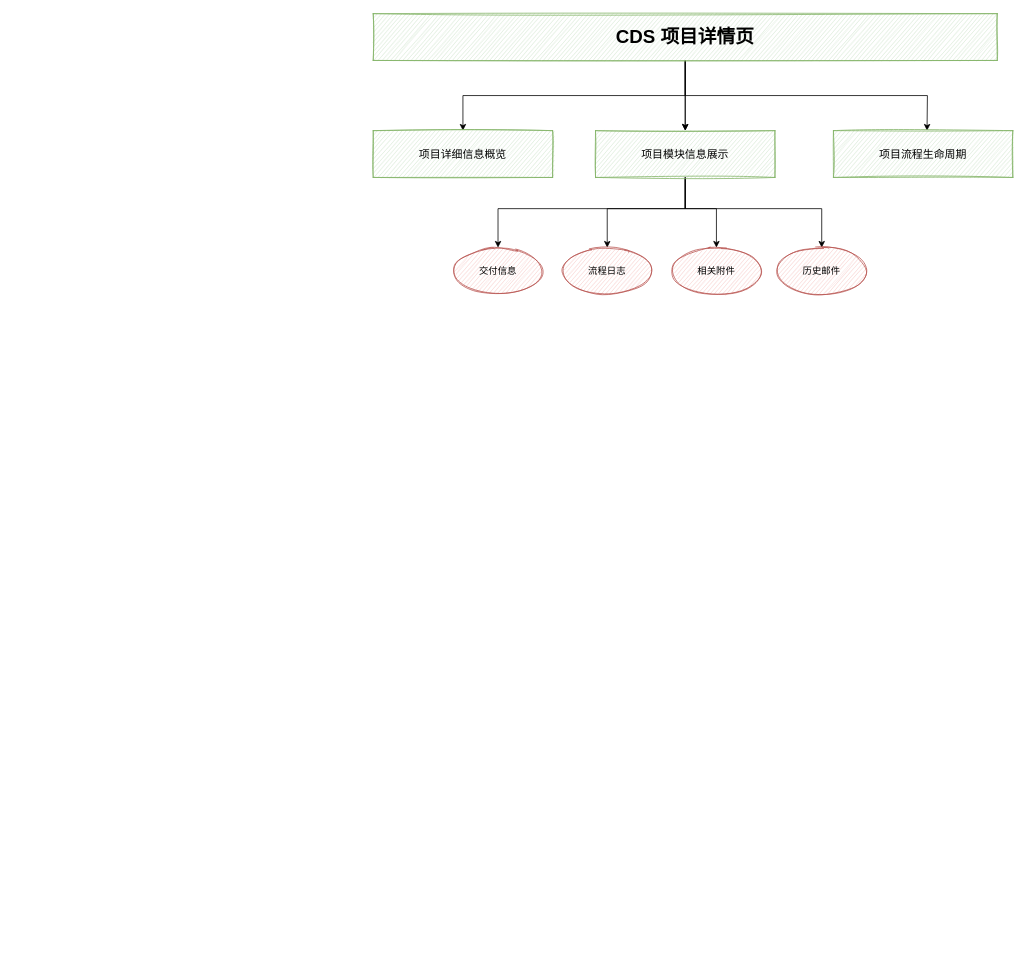
Before: 未命名绘图.drawio in jzsn2018/diagrams-storage, a draw.io diagram. Source tidied: cells renumbered, new cells numbered last; positions are measured from the earlier drawing's top-left corner, leaving out a move shared by most shapes. Both pictures are drawn from the tidied source at 78%, with x=0, y=0 at pixel (373, 13).
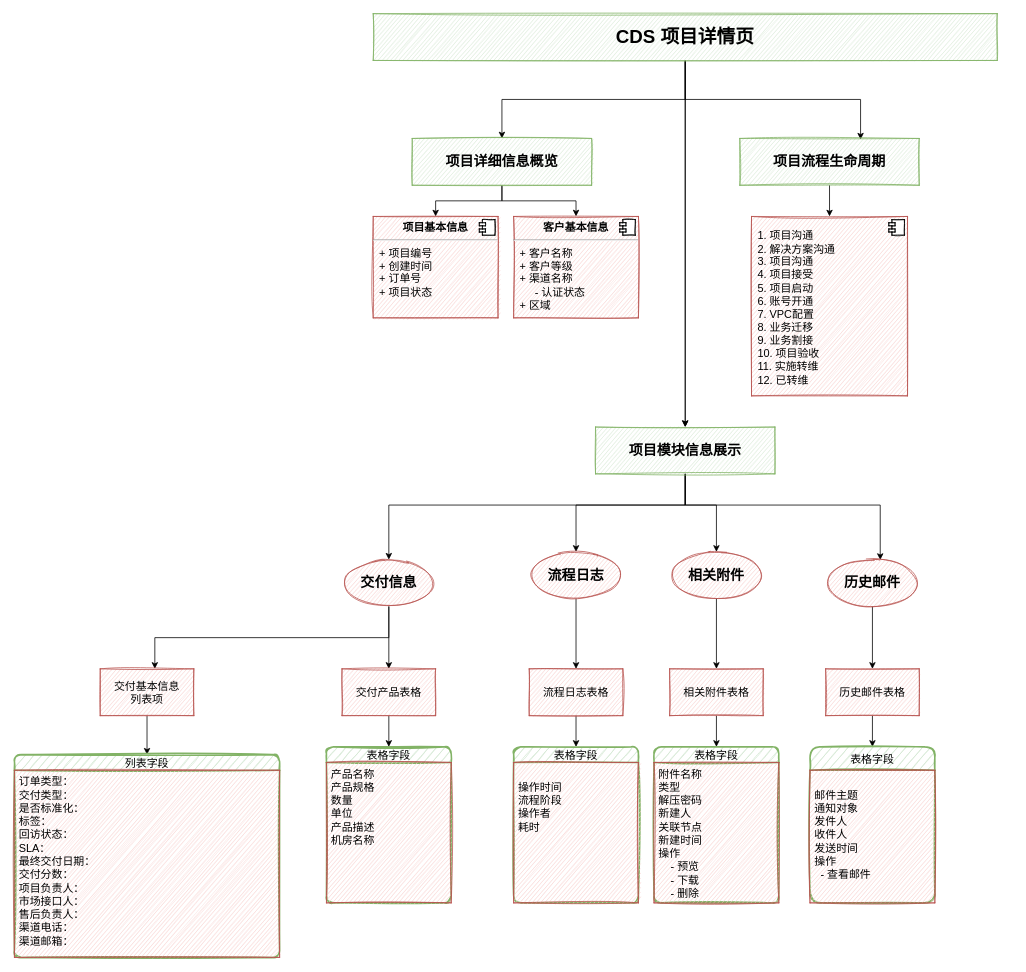
Above is the later version.

Commit message (it also covers changes not shown here):
更新未命名绘图.drawio

What changed in the source:
```diff
@@
-    <mxCell id="5" style="edgeStyle=orthogonalEdgeStyle;rounded=0;jettySize=auto;html=1;fontSize=14;" parent="1" edge="1" source="6">
-      <mxGeometry relative="1" as="geometry">
-        <mxPoint x="710" y="150" as="targetPoint" />
-      </mxGeometry>
-    </mxCell>
+    <mxCell id="18" style="edgeStyle=orthogonalEdgeStyle;rounded=0;jettySize=auto;html=1;exitX=0.5;exitY=1;exitDx=0;exitDy=0;entryX=0.673;entryY=0.024;entryDx=0;entryDy=0;entryPerimeter=0;fontSize=14;" parent="1" edge="1" source="6" target="13">
+      <mxGeometry relative="1" as="geometry" />
+    </mxCell>
-    <mxCell id="6" value="&lt;font style=&quot;font-size: 24px;&quot;&gt;&lt;b&gt;CDS 项目详情页&lt;/b&gt;&lt;/font&gt;" style="rounded=0;whiteSpace=wrap;html=1;fillColor=#d5e8d4;strokeColor=#82b366;sketch=1;glass=0;shadow=0;" parent="1" vertex="1">
+    <mxCell id="6" value="&lt;font style=&quot;font-size: 24px;&quot;&gt;&lt;b style=&quot;&quot;&gt;CDS 项目详情页&lt;/b&gt;&lt;/font&gt;" style="rounded=0;whiteSpace=wrap;html=1;fillColor=#d5e8d4;strokeColor=#82b366;sketch=1;glass=0;shadow=0;" parent="1" vertex="1">
       <mxGeometry width="800" height="60" as="geometry" />
     </mxCell>
+    <mxCell id="19" style="edgeStyle=orthogonalEdgeStyle;rounded=0;jettySize=auto;html=1;entryX=0.5;entryY=0;entryDx=0;entryDy=0;fontSize=14;" parent="1" edge="1" source="7" target="27">
+      <mxGeometry relative="1" as="geometry" />
+    </mxCell>
+    <mxCell id="20" style="edgeStyle=orthogonalEdgeStyle;rounded=0;jettySize=auto;html=1;entryX=0.5;entryY=0;entryDx=0;entryDy=0;fontSize=14;" parent="1" edge="1" source="7" target="29">
+      <mxGeometry relative="1" as="geometry" />
+    </mxCell>
-    <mxCell id="7" value="&lt;font style=&quot;font-size: 14px;&quot;&gt;项目详细信息概览&lt;/font&gt;" style="whiteSpace=wrap;html=1;fillColor=#d5e8d4;strokeColor=#82b366;rounded=0;sketch=1;glass=0;shadow=0;" parent="1" vertex="1">
-      <mxGeometry y="150" width="230" height="60" as="geometry" />
+    <mxCell id="7" value="&lt;font size=&quot;1&quot; style=&quot;&quot;&gt;&lt;b style=&quot;font-size: 18px;&quot;&gt;项目详细信息概览&lt;/b&gt;&lt;/font&gt;" style="whiteSpace=wrap;html=1;fillColor=#d5e8d4;strokeColor=#82b366;rounded=0;sketch=1;glass=0;shadow=0;" parent="1" vertex="1">
+      <mxGeometry x="50" y="160" width="230" height="60" as="geometry" />
     </mxCell>
     <mxCell id="8" style="edgeStyle=orthogonalEdgeStyle;rounded=0;jettySize=auto;html=1;fontSize=14;" parent="1" edge="1" source="12" target="15">
       <mxGeometry relative="1" as="geometry">
         <Array as="points">
-          <mxPoint x="400" y="250" />
-          <mxPoint x="300" y="250" />
+          <mxPoint x="400" y="630" />
+          <mxPoint x="260" y="630" />
         </Array>
       </mxGeometry>
     </mxCell>
     <mxCell id="9" style="edgeStyle=orthogonalEdgeStyle;rounded=0;jettySize=auto;html=1;fontSize=14;" parent="1" edge="1" source="12" target="16">
       <mxGeometry relative="1" as="geometry">
         <Array as="points">
-          <mxPoint x="400" y="250" />
-          <mxPoint x="440" y="250" />
+          <mxPoint x="400" y="630" />
+          <mxPoint x="440" y="630" />
         </Array>
       </mxGeometry>
     </mxCell>
     <mxCell id="10" style="edgeStyle=orthogonalEdgeStyle;rounded=0;jettySize=auto;html=1;fontSize=14;" parent="1" edge="1" source="12" target="17">
       <mxGeometry relative="1" as="geometry">
         <Array as="points">
-          <mxPoint x="400" y="250" />
-          <mxPoint x="575" y="250" />
+          <mxPoint x="400" y="630" />
+          <mxPoint x="650" y="630" />
+          <mxPoint x="650" y="740" />
         </Array>
       </mxGeometry>
     </mxCell>
     <mxCell id="11" style="edgeStyle=orthogonalEdgeStyle;rounded=0;jettySize=auto;html=1;fontSize=14;" parent="1" edge="1" source="12" target="14">
       <mxGeometry relative="1" as="geometry">
         <Array as="points">
-          <mxPoint x="400" y="250" />
-          <mxPoint x="160" y="250" />
+          <mxPoint x="400" y="630" />
+          <mxPoint x="20" y="630" />
         </Array>
       </mxGeometry>
     </mxCell>
-    <mxCell id="12" value="&lt;font style=&quot;font-size: 14px;&quot;&gt;项目模块信息展示&lt;/font&gt;" style="whiteSpace=wrap;html=1;fillColor=#d5e8d4;strokeColor=#82b366;rounded=0;sketch=1;glass=0;shadow=0;" parent="1" vertex="1">
-      <mxGeometry x="285" y="150" width="230" height="60" as="geometry" />
+    <mxCell id="12" value="&lt;font style=&quot;font-size: 18px;&quot;&gt;&lt;b style=&quot;&quot;&gt;项目模块信息展示&lt;/b&gt;&lt;/font&gt;" style="whiteSpace=wrap;html=1;fillColor=#d5e8d4;strokeColor=#82b366;rounded=0;sketch=1;glass=0;shadow=0;" parent="1" vertex="1">
+      <mxGeometry x="285" y="530" width="230" height="60" as="geometry" />
     </mxCell>
+    <mxCell id="21" style="edgeStyle=orthogonalEdgeStyle;rounded=0;jettySize=auto;html=1;entryX=0.5;entryY=0;entryDx=0;entryDy=0;fontSize=14;" parent="1" edge="1" source="13" target="31">
+      <mxGeometry relative="1" as="geometry" />
+    </mxCell>
-    <mxCell id="13" value="&lt;font style=&quot;font-size: 14px;&quot;&gt;项目流程生命周期&lt;/font&gt;" style="whiteSpace=wrap;html=1;fillColor=#d5e8d4;strokeColor=#82b366;rounded=0;sketch=1;glass=0;shadow=0;" parent="1" vertex="1">
-      <mxGeometry x="590" y="150" width="230" height="60" as="geometry" />
+    <mxCell id="13" value="&lt;font size=&quot;1&quot; style=&quot;&quot;&gt;&lt;b style=&quot;font-size: 18px;&quot;&gt;项目流程生命周期&lt;/b&gt;&lt;/font&gt;" style="whiteSpace=wrap;html=1;fillColor=#d5e8d4;strokeColor=#82b366;rounded=0;sketch=1;glass=0;shadow=0;" parent="1" vertex="1">
+      <mxGeometry x="470" y="160" width="230" height="60" as="geometry" />
     </mxCell>
+    <mxCell id="22" style="edgeStyle=orthogonalEdgeStyle;rounded=0;jettySize=auto;html=1;fontSize=14;" parent="1" edge="1" source="14" target="34">
+      <mxGeometry relative="1" as="geometry">
+        <Array as="points">
+          <mxPoint x="20" y="800" />
+          <mxPoint x="-280" y="800" />
+        </Array>
+      </mxGeometry>
+    </mxCell>
+    <mxCell id="23" style="edgeStyle=orthogonalEdgeStyle;rounded=0;jettySize=auto;html=1;fontSize=14;" parent="1" edge="1" source="14" target="36">
+      <mxGeometry relative="1" as="geometry" />
+    </mxCell>
-    <mxCell id="14" value="交付信息" style="ellipse;whiteSpace=wrap;html=1;fillColor=#f8cecc;strokeColor=#b85450;rounded=0;sketch=1;glass=0;shadow=0;" parent="1" vertex="1">
-      <mxGeometry x="100" y="300" width="120" height="60" as="geometry" />
+    <mxCell id="14" value="&lt;font style=&quot;font-size: 18px;&quot;&gt;交付信息&lt;/font&gt;" style="ellipse;whiteSpace=wrap;html=1;fillColor=#f8cecc;strokeColor=#b85450;rounded=0;sketch=1;glass=0;shadow=0;fontStyle=1;fontSize=14;" parent="1" vertex="1">
+      <mxGeometry x="-40" y="700" width="120" height="60" as="geometry" />
     </mxCell>
+    <mxCell id="24" style="edgeStyle=orthogonalEdgeStyle;rounded=0;jettySize=auto;html=1;fontSize=14;" parent="1" edge="1" source="15" target="38">
+      <mxGeometry relative="1" as="geometry" />
+    </mxCell>
-    <mxCell id="15" value="流程日志" style="ellipse;whiteSpace=wrap;html=1;fillColor=#f8cecc;strokeColor=#b85450;rounded=0;sketch=1;glass=0;shadow=0;" parent="1" vertex="1">
-      <mxGeometry x="240" y="300" width="120" height="60" as="geometry" />
+    <mxCell id="15" value="&lt;font style=&quot;font-size: 18px;&quot;&gt;流程日志&lt;/font&gt;" style="ellipse;whiteSpace=wrap;html=1;fillColor=#f8cecc;strokeColor=#b85450;rounded=0;sketch=1;glass=0;shadow=0;fontStyle=1;fontSize=14;" parent="1" vertex="1">
+      <mxGeometry x="200" y="690" width="120" height="60" as="geometry" />
     </mxCell>
+    <mxCell id="25" style="edgeStyle=orthogonalEdgeStyle;rounded=0;jettySize=auto;html=1;fontSize=14;" parent="1" edge="1" source="16" target="40">
+      <mxGeometry relative="1" as="geometry" />
+    </mxCell>
-    <mxCell id="16" value="相关附件" style="ellipse;whiteSpace=wrap;html=1;fillColor=#f8cecc;strokeColor=#b85450;rounded=0;sketch=1;glass=0;shadow=0;" parent="1" vertex="1">
-      <mxGeometry x="380" y="300" width="120" height="60" as="geometry" />
+    <mxCell id="16" value="&lt;font style=&quot;font-size: 18px;&quot;&gt;相关附件&lt;/font&gt;" style="ellipse;whiteSpace=wrap;html=1;fillColor=#f8cecc;strokeColor=#b85450;rounded=0;sketch=1;glass=0;shadow=0;fontStyle=1;fontSize=14;" parent="1" vertex="1">
+      <mxGeometry x="380" y="690" width="120" height="60" as="geometry" />
     </mxCell>
+    <mxCell id="26" style="edgeStyle=orthogonalEdgeStyle;rounded=0;jettySize=auto;html=1;fontSize=14;" parent="1" edge="1" source="17" target="42">
+      <mxGeometry relative="1" as="geometry" />
+    </mxCell>
-    <mxCell id="17" value="历史邮件" style="ellipse;whiteSpace=wrap;html=1;fillColor=#f8cecc;strokeColor=#b85450;rounded=0;sketch=1;glass=0;shadow=0;" parent="1" vertex="1">
-      <mxGeometry x="515" y="300" width="120" height="60" as="geometry" />
+    <mxCell id="17" value="&lt;font style=&quot;font-size: 18px;&quot;&gt;历史邮件&lt;/font&gt;" style="ellipse;whiteSpace=wrap;html=1;fillColor=#f8cecc;strokeColor=#b85450;rounded=0;sketch=1;glass=0;shadow=0;fontStyle=1;fontSize=14;" parent="1" vertex="1">
+      <mxGeometry x="580" y="700" width="120" height="60" as="geometry" />
     </mxCell>
+    <mxCell id="27" value="&lt;p style=&quot;margin:0px;margin-top:6px;text-align:center;&quot;&gt;&lt;b&gt;项目基本信息&lt;/b&gt;&lt;/p&gt;&lt;hr&gt;&lt;p style=&quot;margin:0px;margin-left:8px;&quot;&gt;+ 项目编号&lt;br&gt;+ 创建时间&lt;/p&gt;&lt;p style=&quot;margin:0px;margin-left:8px;&quot;&gt;+ 订单号&lt;/p&gt;&lt;p style=&quot;margin:0px;margin-left:8px;&quot;&gt;+ 项目状态&lt;/p&gt;" style="align=left;overflow=fill;html=1;rounded=0;shadow=0;glass=0;sketch=1;fontSize=14;fillColor=#f8cecc;strokeColor=#b85450;" parent="1" vertex="1">
+      <mxGeometry y="260" width="160" height="130" as="geometry" />
+    </mxCell>
+    <mxCell id="28" style="shape=component;jettyWidth=8;jettyHeight=4;rounded=0;shadow=0;glass=0;sketch=1;fontSize=14;" parent="27" vertex="1">
+      <mxGeometry x="1" width="20" height="20" relative="1" as="geometry">
+        <mxPoint x="-24" y="4" as="offset" />
+      </mxGeometry>
+    </mxCell>
+    <mxCell id="29" value="&lt;p style=&quot;margin:0px;margin-top:6px;text-align:center;&quot;&gt;&lt;b&gt;客户基本信息&lt;/b&gt;&lt;/p&gt;&lt;hr&gt;&lt;p style=&quot;margin:0px;margin-left:8px;&quot;&gt;+ 客户名称&lt;br&gt;+ 客户等级&lt;/p&gt;&lt;p style=&quot;margin:0px;margin-left:8px;&quot;&gt;+ 渠道名称&lt;/p&gt;&lt;p style=&quot;margin:0px;margin-left:8px;&quot;&gt;&amp;nbsp; &amp;nbsp; &amp;nbsp;- 认证状态&lt;/p&gt;&lt;p style=&quot;margin:0px;margin-left:8px;&quot;&gt;+ 区域&lt;/p&gt;" style="align=left;overflow=fill;html=1;rounded=0;shadow=0;glass=0;sketch=1;fontSize=14;fillColor=#f8cecc;strokeColor=#b85450;" parent="1" vertex="1">
+      <mxGeometry x="180" y="260" width="160" height="130" as="geometry" />
+    </mxCell>
+    <mxCell id="30" style="shape=component;jettyWidth=8;jettyHeight=4;rounded=0;shadow=0;glass=0;sketch=1;fontSize=14;" parent="29" vertex="1">
+      <mxGeometry x="1" width="20" height="20" relative="1" as="geometry">
+        <mxPoint x="-24" y="4" as="offset" />
+      </mxGeometry>
+    </mxCell>
+    <mxCell id="31" value="&lt;p style=&quot;margin: 0px 0px 0px 8px;&quot;&gt;&lt;br&gt;1. 项目沟通&lt;/p&gt;&lt;p style=&quot;margin: 0px 0px 0px 8px;&quot;&gt;2. 解决方案沟通&lt;/p&gt;&lt;p style=&quot;margin: 0px 0px 0px 8px;&quot;&gt;3. 项目沟通&lt;/p&gt;&lt;p style=&quot;margin: 0px 0px 0px 8px;&quot;&gt;4. 项目接受&lt;/p&gt;&lt;p style=&quot;margin: 0px 0px 0px 8px;&quot;&gt;5. 项目启动&lt;/p&gt;&lt;p style=&quot;margin: 0px 0px 0px 8px;&quot;&gt;6. 账号开通&lt;/p&gt;&lt;p style=&quot;margin: 0px 0px 0px 8px;&quot;&gt;7. VPC配置&lt;/p&gt;&lt;p style=&quot;margin: 0px 0px 0px 8px;&quot;&gt;8. 业务迁移&lt;/p&gt;&lt;p style=&quot;margin: 0px 0px 0px 8px;&quot;&gt;9. 业务割接&lt;/p&gt;&lt;p style=&quot;margin: 0px 0px 0px 8px;&quot;&gt;10. 项目验收&lt;/p&gt;&lt;p style=&quot;margin: 0px 0px 0px 8px;&quot;&gt;11. 实施转维&lt;/p&gt;&lt;p style=&quot;margin: 0px 0px 0px 8px;&quot;&gt;12. 已转维&lt;/p&gt;" style="align=left;overflow=fill;html=1;rounded=0;shadow=0;glass=0;sketch=1;fontSize=14;fillColor=#f8cecc;strokeColor=#b85450;" parent="1" vertex="1">
+      <mxGeometry x="485" y="260" width="200" height="230" as="geometry" />
+    </mxCell>
+    <mxCell id="32" style="shape=component;jettyWidth=8;jettyHeight=4;rounded=0;shadow=0;glass=0;sketch=1;fontSize=14;" parent="31" vertex="1">
+      <mxGeometry x="1" width="20" height="20" relative="1" as="geometry">
+        <mxPoint x="-24" y="4" as="offset" />
+      </mxGeometry>
+    </mxCell>
+    <mxCell id="33" style="edgeStyle=orthogonalEdgeStyle;rounded=0;jettySize=auto;html=1;entryX=0.5;entryY=0;entryDx=0;entryDy=0;fontSize=13;" parent="1" edge="1" source="34" target="51">
+      <mxGeometry relative="1" as="geometry" />
+    </mxCell>
+    <mxCell id="34" value="&lt;font style=&quot;font-size: 14px;&quot;&gt;交付基本信息&lt;br&gt;列表项&lt;/font&gt;" style="whiteSpace=wrap;html=1;fillColor=#f8cecc;strokeColor=#b85450;rounded=0;sketch=1;glass=0;shadow=0;" parent="1" vertex="1">
+      <mxGeometry x="-350" y="840" width="120" height="60" as="geometry" />
+    </mxCell>
+    <mxCell id="35" style="edgeStyle=orthogonalEdgeStyle;rounded=0;jettySize=auto;html=1;entryX=0.5;entryY=0;entryDx=0;entryDy=0;fontSize=13;" parent="1" edge="1" source="36" target="49">
+      <mxGeometry relative="1" as="geometry" />
+    </mxCell>
+    <mxCell id="36" value="&lt;font style=&quot;font-size: 14px;&quot;&gt;交付产品表格&lt;/font&gt;" style="whiteSpace=wrap;html=1;fillColor=#f8cecc;strokeColor=#b85450;rounded=0;sketch=1;glass=0;shadow=0;" parent="1" vertex="1">
+      <mxGeometry x="-40" y="840" width="120" height="60" as="geometry" />
+    </mxCell>
+    <mxCell id="37" style="edgeStyle=orthogonalEdgeStyle;rounded=0;jettySize=auto;html=1;entryX=0.5;entryY=0;entryDx=0;entryDy=0;fontSize=13;" parent="1" edge="1" source="38" target="47">
+      <mxGeometry relative="1" as="geometry" />
+    </mxCell>
+    <mxCell id="38" value="&lt;font style=&quot;font-size: 14px;&quot;&gt;流程日志表格&lt;/font&gt;" style="whiteSpace=wrap;html=1;fillColor=#f8cecc;strokeColor=#b85450;rounded=0;sketch=1;glass=0;shadow=0;" parent="1" vertex="1">
+      <mxGeometry x="200" y="840" width="120" height="60" as="geometry" />
+    </mxCell>
+    <mxCell id="39" style="edgeStyle=orthogonalEdgeStyle;rounded=0;jettySize=auto;html=1;entryX=0.5;entryY=0;entryDx=0;entryDy=0;fontSize=13;" parent="1" edge="1" source="40" target="45">
+      <mxGeometry relative="1" as="geometry" />
+    </mxCell>
+    <mxCell id="40" value="&lt;font style=&quot;font-size: 14px;&quot;&gt;相关附件表格&lt;/font&gt;" style="whiteSpace=wrap;html=1;fillColor=#f8cecc;strokeColor=#b85450;rounded=0;sketch=1;glass=0;shadow=0;" parent="1" vertex="1">
+      <mxGeometry x="380" y="840" width="120" height="60" as="geometry" />
+    </mxCell>
+    <mxCell id="41" style="edgeStyle=orthogonalEdgeStyle;rounded=0;jettySize=auto;html=1;entryX=0.5;entryY=0;entryDx=0;entryDy=0;fontSize=14;" parent="1" edge="1" source="42" target="43">
+      <mxGeometry relative="1" as="geometry" />
+    </mxCell>
+    <mxCell id="42" value="&lt;font style=&quot;font-size: 14px;&quot;&gt;历史邮件表格&lt;/font&gt;" style="whiteSpace=wrap;html=1;fillColor=#f8cecc;strokeColor=#b85450;rounded=0;sketch=1;glass=0;shadow=0;" parent="1" vertex="1">
+      <mxGeometry x="580" y="840" width="120" height="60" as="geometry" />
+    </mxCell>
+    <mxCell id="43" value="表格字段" style="swimlane;horizontal=1;startSize=30;rounded=1;fontSize=14;fontStyle=0;strokeWidth=2;shadow=0;dashed=0;align=center;glass=0;sketch=1;fillColor=#d5e8d4;strokeColor=#82b366;" parent="1" vertex="1">
+      <mxGeometry x="560" y="940" width="160" height="200" as="geometry" />
+    </mxCell>
+    <mxCell id="44" value="&#10;邮件主题&#10;通知对象&#10;发件人&#10;收件人&#10;发送时间&#10;操作&#10;  - 查看邮件" style="align=left;strokeColor=#b85450;fillColor=#f8cecc;spacingLeft=4;fontSize=14;verticalAlign=top;rounded=0;shadow=0;glass=0;sketch=1;" parent="43" vertex="1">
+      <mxGeometry y="30" width="160" height="170" as="geometry" />
+    </mxCell>
+    <mxCell id="45" value="表格字段" style="swimlane;horizontal=1;startSize=20;rounded=1;fontSize=14;fontStyle=0;strokeWidth=2;shadow=0;dashed=0;align=center;glass=0;sketch=1;fillColor=#d5e8d4;strokeColor=#82b366;" parent="1" vertex="1">
+      <mxGeometry x="360" y="940" width="160" height="200" as="geometry" />
+    </mxCell>
+    <mxCell id="46" value="附件名称&#10;类型&#10;解压密码&#10;新建人&#10;关联节点&#10;新建时间&#10;操作&#10;    - 预览&#10;    - 下载&#10;    - 删除" style="align=left;strokeColor=#b85450;fillColor=#f8cecc;spacingLeft=4;fontSize=14;verticalAlign=top;rounded=0;shadow=0;glass=0;sketch=1;" parent="45" vertex="1">
+      <mxGeometry y="20" width="160" height="180" as="geometry" />
+    </mxCell>
+    <mxCell id="47" value="表格字段" style="swimlane;horizontal=1;startSize=20;rounded=1;fontSize=14;fontStyle=0;strokeWidth=2;shadow=0;dashed=0;align=center;glass=0;sketch=1;fillColor=#d5e8d4;strokeColor=#82b366;" parent="1" vertex="1">
+      <mxGeometry x="180" y="940" width="160" height="200" as="geometry" />
+    </mxCell>
+    <mxCell id="48" value=" &#10;操作时间&#10;流程阶段&#10;操作者&#10;耗时" style="align=left;strokeColor=#b85450;fillColor=#f8cecc;spacingLeft=4;fontSize=14;verticalAlign=top;rounded=0;shadow=0;glass=0;sketch=1;" parent="47" vertex="1">
+      <mxGeometry y="20" width="160" height="180" as="geometry" />
+    </mxCell>
+    <mxCell id="49" value="表格字段" style="swimlane;horizontal=1;startSize=20;rounded=1;fontSize=14;fontStyle=0;strokeWidth=2;shadow=0;dashed=0;align=center;glass=0;sketch=1;fillColor=#d5e8d4;strokeColor=#82b366;" parent="1" vertex="1">
+      <mxGeometry x="-60" y="940" width="160" height="200" as="geometry" />
+    </mxCell>
+    <mxCell id="50" value="产品名称&#10;产品规格&#10;数量&#10;单位&#10;产品描述&#10;机房名称" style="align=left;strokeColor=#b85450;fillColor=#f8cecc;spacingLeft=4;fontSize=14;verticalAlign=top;rounded=0;shadow=0;glass=0;sketch=1;" parent="49" vertex="1">
+      <mxGeometry y="20" width="160" height="180" as="geometry" />
+    </mxCell>
+    <mxCell id="51" value="列表字段" style="swimlane;horizontal=1;startSize=20;rounded=1;fontSize=14;fontStyle=0;strokeWidth=2;shadow=0;dashed=0;align=center;glass=0;sketch=1;fillColor=#d5e8d4;strokeColor=#82b366;" parent="1" vertex="1">
+      <mxGeometry x="-460" y="950" width="340" height="260" as="geometry" />
+    </mxCell>
+    <mxCell id="52" value="订单类型：&#10;交付类型：&#10;是否标准化：&#10;标签：&#10;回访状态：&#10;SLA：&#10;最终交付日期：&#10;交付分数：&#10;项目负责人：&#10;市场接口人：&#10;售后负责人：&#10;渠道电话：&#10;渠道邮箱：" style="align=left;strokeColor=#b85450;fillColor=#f8cecc;spacingLeft=4;fontSize=14;verticalAlign=top;rounded=0;shadow=0;glass=0;sketch=1;" parent="51" vertex="1">
+      <mxGeometry y="20" width="340" height="240" as="geometry" />
+    </mxCell>
```
